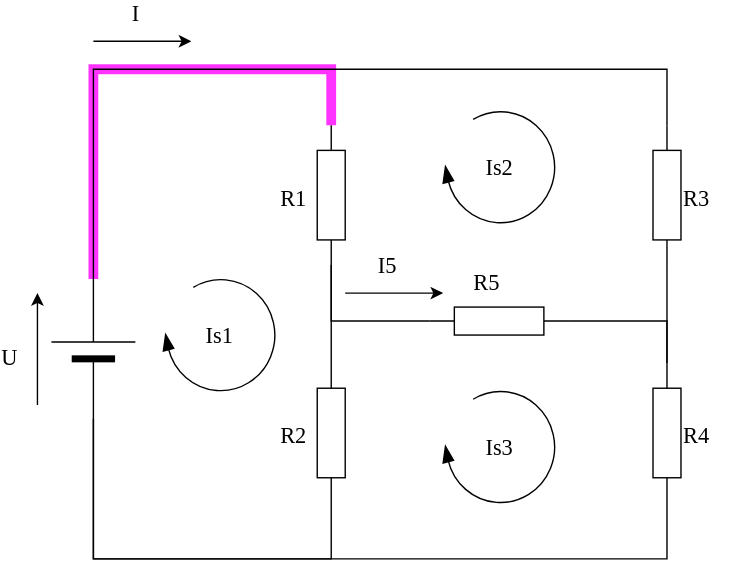
The draw.io diagram examples/CircuitDiagram.drawio.svg in plow-technologies/onping-hmi-images, before a commit. Source tidied: cells renumbered, new cells last; positions are measured from the earlier drawing's top-left corner, leaving out a move shared by most shapes.
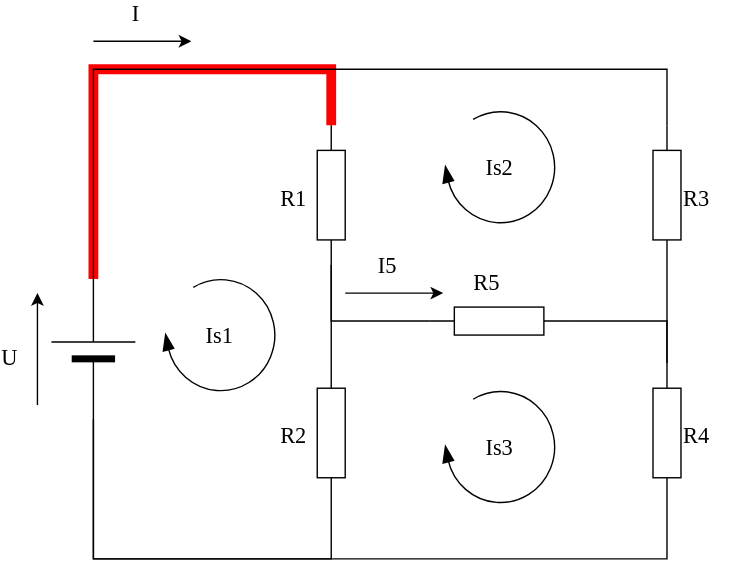
Later version of the same file.

Change to the diagram source:
```diff
@@ -2,7 +2,7 @@
   <root>
     <mxCell id="0" />
     <mxCell id="1" parent="0" />
-    <mxCell id="2" style="edgeStyle=orthogonalEdgeStyle;rounded=0;html=1;exitX=1;exitY=0.5;exitPerimeter=0;entryX=1;entryY=0.5;entryPerimeter=0;labelBackgroundColor=none;startArrow=none;startFill=0;startSize=5;endArrow=none;endFill=0;endSize=5;jettySize=auto;strokeWidth=7;fontFamily=Verdana;fontSize=12;strokeColor=#FF33FF;" parent="1" edge="1" source="4" target="7">
+    <mxCell id="2" style="edgeStyle=orthogonalEdgeStyle;rounded=0;html=1;exitX=1;exitY=0.5;exitPerimeter=0;entryX=1;entryY=0.5;entryPerimeter=0;labelBackgroundColor=none;startArrow=none;startFill=0;startSize=5;endArrow=none;endFill=0;endSize=5;jettySize=auto;strokeWidth=7;fontFamily=Verdana;fontSize=12;strokeColor=#FF0000;" parent="1" edge="1" source="4" target="7">
       <mxGeometry relative="1" as="geometry">
         <Array as="points">
           <mxPoint x="50" y="20" />
```
